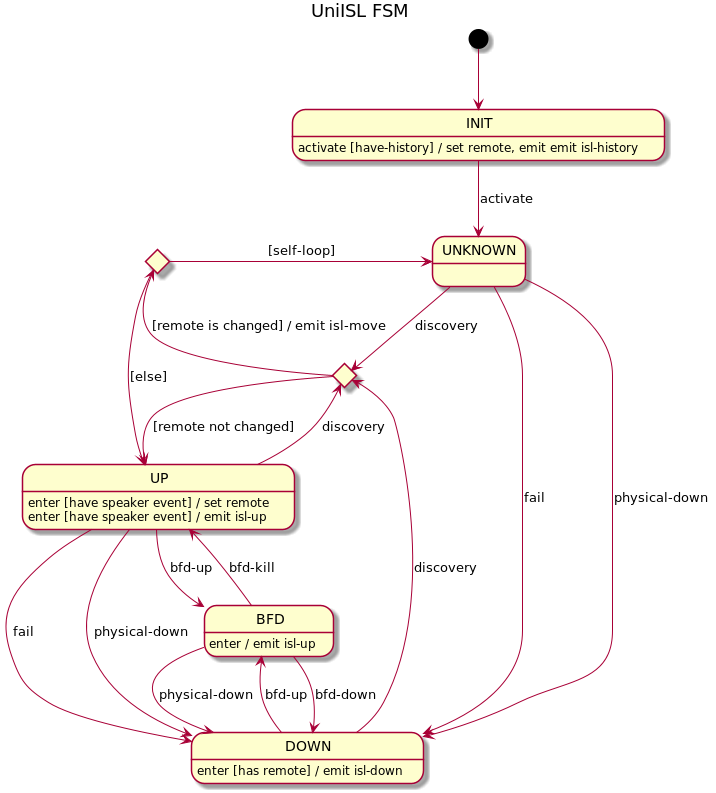
Above: docs/design/network-discovery/uni-isl-FSM.png in telstra/open-kilda (PlantUML), before the change.
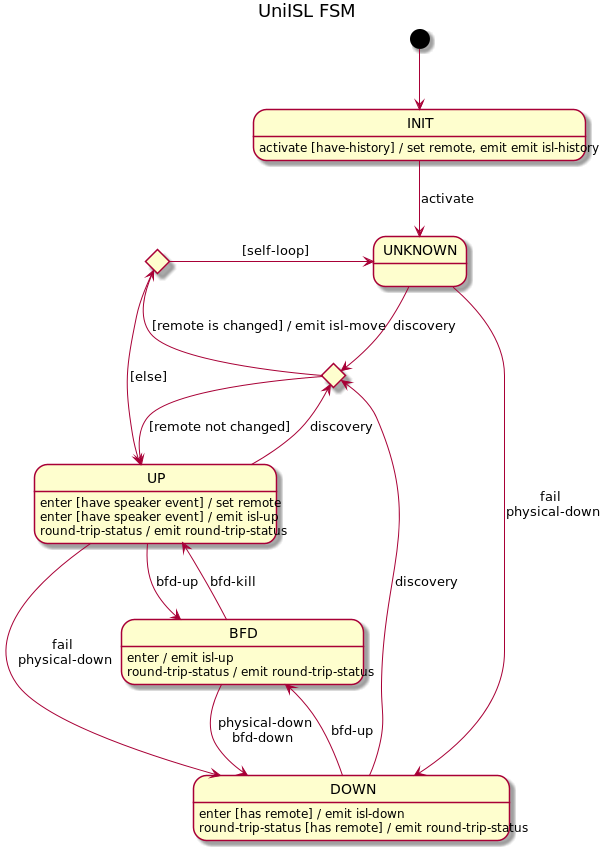
The same diagram one commit later.

What changed in the source:
```diff
@@ -9,15 +9,14 @@
 state moveChoice <<choice>>
 
 UNKNOWN --> moveChoice : discovery
-UNKNOWN --> DOWN : fail
-UNKNOWN --> DOWN : physical-down
+UNKNOWN --> DOWN : fail\nphysical-down
 
 UP --> moveChoice : discovery
-UP --> DOWN : fail
-UP --> DOWN : physical-down
+UP --> DOWN : fail\nphysical-down
 UP --> BFD : bfd-up
 UP : enter [have speaker event] / set remote
 UP : enter [have speaker event] / emit isl-up
+UP : round-trip-status / emit round-trip-status
 
 state selfLoopChoice <<choice>>
 
@@ -30,10 +29,11 @@
 DOWN --> moveChoice : discovery
 DOWN --> BFD : bfd-up
 DOWN : enter [has remote] / emit isl-down
+DOWN : round-trip-status [has remote] / emit round-trip-status
 
-BFD --> DOWN : physical-down
-BFD --> DOWN : bfd-down
+BFD --> DOWN : physical-down\nbfd-down
 BFD --> UP : bfd-kill
 BFD : enter / emit isl-up
+BFD : round-trip-status / emit round-trip-status
 
 @enduml
```
